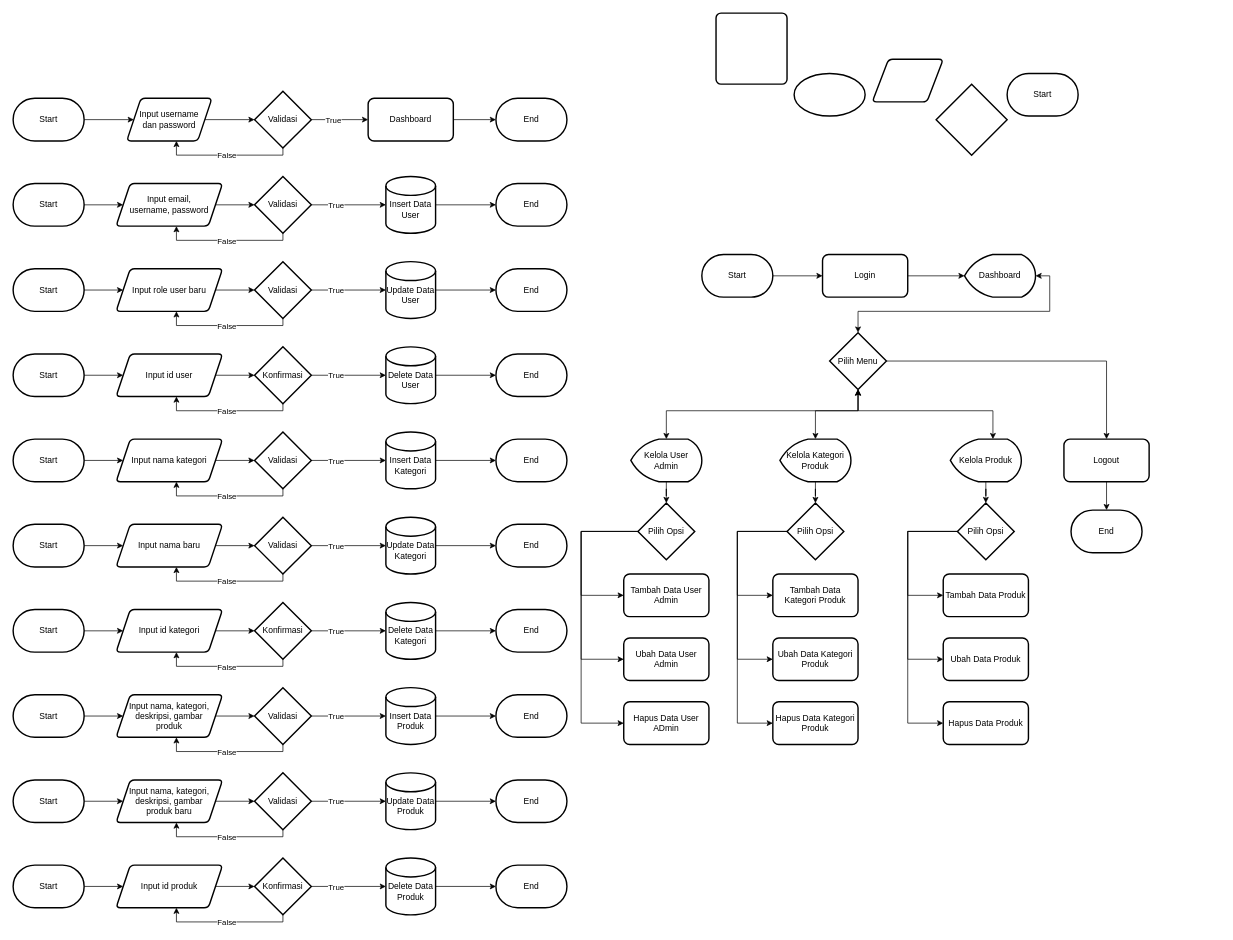
Before: Flowchart KP.drawio in brogangin/brogangin-resolusi, a draw.io diagram. Source tidied: cells renumbered, new cells numbered last; positions are measured from the earlier drawing's top-left corner, leaving out a move shared by most shapes. Both pictures are drawn from the tidied source at 71%, with x=0, y=0 at pixel (13, 13).
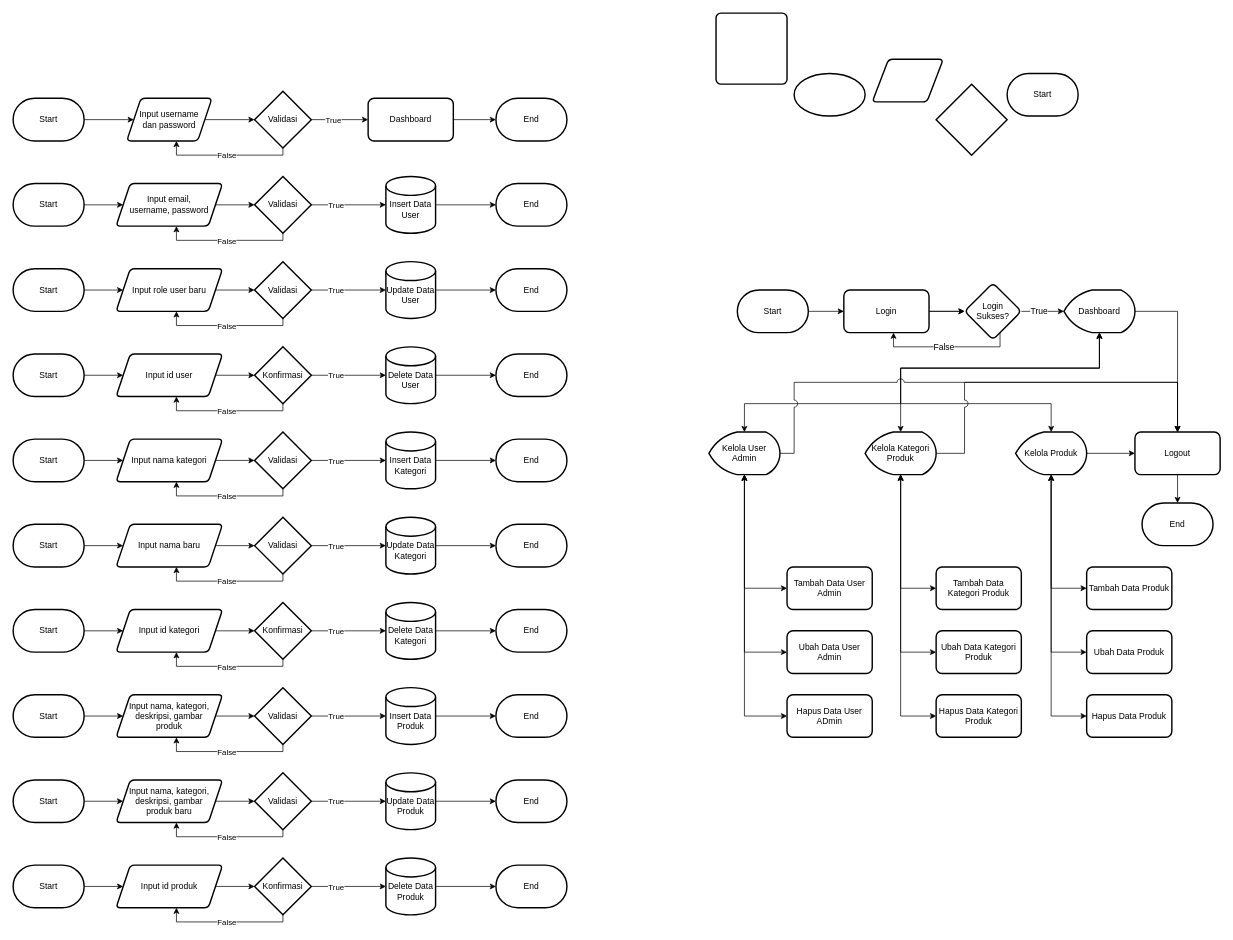
The same page after the edit.

Diff of the diagram source:
```diff
@@
-    <mxCell id="128" style="edgeStyle=orthogonalEdgeStyle;rounded=0;jettySize=auto;html=1;startArrow=classic;startFill=1;" parent="1" edge="1" source="135" target="134">
-      <mxGeometry relative="1" as="geometry">
-        <Array as="points">
-          <mxPoint x="1460" y="370" />
-          <mxPoint x="1460" y="420" />
-          <mxPoint x="1190" y="420" />
-        </Array>
-      </mxGeometry>
-    </mxCell>
     <mxCell id="129" value="Start" style="strokeWidth=2;html=1;shape=mxgraph.flowchart.terminator;whiteSpace=wrap;" parent="1" vertex="1">
-      <mxGeometry x="970" y="340" width="100" height="60" as="geometry" />
+      <mxGeometry x="1020" y="390" width="100" height="60" as="geometry" />
     </mxCell>
-    <mxCell id="130" style="edgeStyle=orthogonalEdgeStyle;rounded=0;jettySize=auto;html=1;startArrow=classic;startFill=1;" parent="1" edge="1" source="134" target="139">
+    <mxCell id="130" style="edgeStyle=orthogonalEdgeStyle;rounded=0;jettySize=auto;html=1;startArrow=classic;startFill=1;" parent="1" edge="1" source="135" target="139">
       <mxGeometry relative="1" as="geometry">
         <Array as="points">
-          <mxPoint x="1190" y="560" />
-          <mxPoint x="1130" y="560" />
+          <mxPoint x="1530" y="500" />
+          <mxPoint x="1250" y="500" />
         </Array>
       </mxGeometry>
     </mxCell>
-    <mxCell id="131" style="edgeStyle=orthogonalEdgeStyle;rounded=0;jettySize=auto;html=1;startArrow=classic;startFill=1;" parent="1" edge="1" source="134" target="137">
+    <mxCell id="131" style="edgeStyle=orthogonalEdgeStyle;rounded=0;jettySize=auto;html=1;startArrow=classic;startFill=1;" parent="1" edge="1" source="135" target="137">
       <mxGeometry relative="1" as="geometry">
         <Array as="points">
-          <mxPoint x="1190" y="560" />
-          <mxPoint x="920" y="560" />
+          <mxPoint x="1530" y="500" />
+          <mxPoint x="1250" y="500" />
+          <mxPoint x="1250" y="550" />
+          <mxPoint x="1030" y="550" />
         </Array>
       </mxGeometry>
     </mxCell>
-    <mxCell id="132" style="edgeStyle=orthogonalEdgeStyle;rounded=0;jettySize=auto;html=1;startArrow=classic;startFill=1;" parent="1" edge="1" source="134" target="141">
+    <mxCell id="132" style="edgeStyle=orthogonalEdgeStyle;rounded=0;jettySize=auto;html=1;startArrow=classic;startFill=1;" parent="1" edge="1" source="135" target="141">
       <mxGeometry relative="1" as="geometry">
         <Array as="points">
-          <mxPoint x="1190" y="560" />
-          <mxPoint x="1380" y="560" />
+          <mxPoint x="1530" y="500" />
+          <mxPoint x="1250" y="500" />
+          <mxPoint x="1250" y="550" />
+          <mxPoint x="1462" y="550" />
         </Array>
       </mxGeometry>
     </mxCell>
-    <mxCell id="133" style="edgeStyle=orthogonalEdgeStyle;rounded=0;jettySize=auto;html=1;" parent="1" edge="1" source="134" target="143">
-      <mxGeometry relative="1" as="geometry" />
+    <mxCell id="133" style="edgeStyle=orthogonalEdgeStyle;rounded=0;jettySize=auto;html=1;" parent="1" edge="1" source="135" target="143">
+      <mxGeometry relative="1" as="geometry">
+        <Array as="points">
+          <mxPoint x="1640" y="420" />
+        </Array>
+      </mxGeometry>
     </mxCell>
-    <mxCell id="134" value="Pilih Menu" style="rhombus;whiteSpace=wrap;html=1;strokeColor=default;strokeWidth=2;align=center;verticalAlign=middle;fontFamily=Helvetica;fontSize=12;fontColor=default;fillColor=default;" parent="1" vertex="1">
-      <mxGeometry x="1150" y="450" width="80" height="80" as="geometry" />
-    </mxCell>
     <mxCell id="135" value="Dashboard" style="strokeWidth=2;html=1;shape=mxgraph.flowchart.display;whiteSpace=wrap;" parent="1" vertex="1">
-      <mxGeometry x="1340" y="340" width="100" height="60" as="geometry" />
+      <mxGeometry x="1480" y="390" width="100" height="60" as="geometry" />
     </mxCell>
-    <mxCell id="136" style="edgeStyle=orthogonalEdgeStyle;rounded=0;jettySize=auto;html=1;" parent="1" edge="1" source="137" target="156">
-      <mxGeometry relative="1" as="geometry" />
-    </mxCell>
+    <mxCell id="168" style="edgeStyle=orthogonalEdgeStyle;rounded=0;jettySize=auto;html=1;jumpStyle=arc;startSize=6;jumpSize=10;" parent="1" edge="1" source="137" target="143">
+      <mxGeometry relative="1" as="geometry">
+        <Array as="points">
+          <mxPoint x="1100" y="620" />
+          <mxPoint x="1100" y="520" />
+          <mxPoint x="1640" y="520" />
+        </Array>
+      </mxGeometry>
+    </mxCell>
     <mxCell id="137" value="Kelola User Admin" style="strokeWidth=2;html=1;shape=mxgraph.flowchart.display;whiteSpace=wrap;" parent="1" vertex="1">
-      <mxGeometry x="870" y="600" width="100" height="60" as="geometry" />
+      <mxGeometry x="980" y="590" width="100" height="60" as="geometry" />
     </mxCell>
-    <mxCell id="138" style="edgeStyle=orthogonalEdgeStyle;rounded=0;jettySize=auto;html=1;" parent="1" edge="1" source="139" target="160">
-      <mxGeometry relative="1" as="geometry" />
-    </mxCell>
+    <mxCell id="169" style="edgeStyle=orthogonalEdgeStyle;rounded=0;jettySize=auto;html=1;jumpStyle=arc;jumpSize=10;" parent="1" edge="1" source="139" target="143">
+      <mxGeometry relative="1" as="geometry">
+        <Array as="points">
+          <mxPoint x="1340" y="620" />
+          <mxPoint x="1340" y="520" />
+          <mxPoint x="1640" y="520" />
+        </Array>
+      </mxGeometry>
+    </mxCell>
     <mxCell id="139" value="Kelola Kategori Produk" style="strokeWidth=2;html=1;shape=mxgraph.flowchart.display;whiteSpace=wrap;" parent="1" vertex="1">
-      <mxGeometry x="1080" y="600" width="100" height="60" as="geometry" />
+      <mxGeometry x="1200" y="590" width="100" height="60" as="geometry" />
     </mxCell>
-    <mxCell id="140" style="edgeStyle=orthogonalEdgeStyle;rounded=0;jettySize=auto;html=1;" parent="1" edge="1" source="141" target="164">
-      <mxGeometry relative="1" as="geometry" />
-    </mxCell>
+    <mxCell id="170" style="edgeStyle=orthogonalEdgeStyle;rounded=0;jettySize=auto;html=1;" parent="1" edge="1" source="141" target="143">
+      <mxGeometry relative="1" as="geometry" />
+    </mxCell>
     <mxCell id="141" value="Kelola Produk" style="strokeWidth=2;html=1;shape=mxgraph.flowchart.display;whiteSpace=wrap;" parent="1" vertex="1">
-      <mxGeometry x="1320" y="600" width="100" height="60" as="geometry" />
+      <mxGeometry x="1412" y="590" width="100" height="60" as="geometry" />
     </mxCell>
@@
     <mxCell id="143" value="Logout" style="whiteSpace=wrap;html=1;rounded=1;strokeColor=default;strokeWidth=2;align=center;verticalAlign=middle;arcSize=14;fontFamily=Helvetica;fontSize=12;fontColor=default;fillColor=default;" parent="1" vertex="1">
-      <mxGeometry x="1480" y="600" width="120" height="60" as="geometry" />
+      <mxGeometry x="1580" y="590" width="120" height="60" as="geometry" />
     </mxCell>
     <mxCell id="144" value="Tambah Data User Admin" style="whiteSpace=wrap;html=1;rounded=1;strokeColor=default;strokeWidth=2;align=center;verticalAlign=middle;arcSize=14;fontFamily=Helvetica;fontSize=12;fontColor=default;fillColor=default;" parent="1" vertex="1">
-      <mxGeometry x="860" y="790" width="120" height="60" as="geometry" />
+      <mxGeometry x="1090" y="780" width="120" height="60" as="geometry" />
     </mxCell>
     <mxCell id="145" value="Ubah Data User Admin" style="whiteSpace=wrap;html=1;rounded=1;strokeColor=default;strokeWidth=2;align=center;verticalAlign=middle;arcSize=14;fontFamily=Helvetica;fontSize=12;fontColor=default;fillColor=default;" parent="1" vertex="1">
-      <mxGeometry x="860" y="880" width="120" height="60" as="geometry" />
+      <mxGeometry x="1090" y="870" width="120" height="60" as="geometry" />
     </mxCell>
     <mxCell id="146" value="Hapus Data User ADmin" style="whiteSpace=wrap;html=1;rounded=1;strokeColor=default;strokeWidth=2;align=center;verticalAlign=middle;arcSize=14;fontFamily=Helvetica;fontSize=12;fontColor=default;fillColor=default;" parent="1" vertex="1">
-      <mxGeometry x="860" y="970" width="120" height="60" as="geometry" />
+      <mxGeometry x="1090" y="960" width="120" height="60" as="geometry" />
     </mxCell>
     <mxCell id="147" value="Tambah Data Kategori Produk" style="whiteSpace=wrap;html=1;rounded=1;strokeColor=default;strokeWidth=2;align=center;verticalAlign=middle;arcSize=14;fontFamily=Helvetica;fontSize=12;fontColor=default;fillColor=default;" parent="1" vertex="1">
-      <mxGeometry x="1070" y="790" width="120" height="60" as="geometry" />
+      <mxGeometry x="1300" y="780" width="120" height="60" as="geometry" />
     </mxCell>
     <mxCell id="148" value="Ubah Data Kategori Produk" style="whiteSpace=wrap;html=1;rounded=1;strokeColor=default;strokeWidth=2;align=center;verticalAlign=middle;arcSize=14;fontFamily=Helvetica;fontSize=12;fontColor=default;fillColor=default;" parent="1" vertex="1">
-      <mxGeometry x="1070" y="880" width="120" height="60" as="geometry" />
+      <mxGeometry x="1300" y="870" width="120" height="60" as="geometry" />
     </mxCell>
     <mxCell id="149" value="Hapus Data Kategori Produk" style="whiteSpace=wrap;html=1;rounded=1;strokeColor=default;strokeWidth=2;align=center;verticalAlign=middle;arcSize=14;fontFamily=Helvetica;fontSize=12;fontColor=default;fillColor=default;" parent="1" vertex="1">
-      <mxGeometry x="1070" y="970" width="120" height="60" as="geometry" />
+      <mxGeometry x="1300" y="960" width="120" height="60" as="geometry" />
     </mxCell>
     <mxCell id="150" value="Hapus Data Produk" style="whiteSpace=wrap;html=1;rounded=1;strokeColor=default;strokeWidth=2;align=center;verticalAlign=middle;arcSize=14;fontFamily=Helvetica;fontSize=12;fontColor=default;fillColor=default;" parent="1" vertex="1">
-      <mxGeometry x="1310" y="970" width="120" height="60" as="geometry" />
+      <mxGeometry x="1512" y="960" width="120" height="60" as="geometry" />
     </mxCell>
     <mxCell id="151" value="Ubah Data Produk" style="whiteSpace=wrap;html=1;rounded=1;strokeColor=default;strokeWidth=2;align=center;verticalAlign=middle;arcSize=14;fontFamily=Helvetica;fontSize=12;fontColor=default;fillColor=default;" parent="1" vertex="1">
-      <mxGeometry x="1310" y="880" width="120" height="60" as="geometry" />
+      <mxGeometry x="1512" y="870" width="120" height="60" as="geometry" />
     </mxCell>
     <mxCell id="152" value="Tambah Data Produk" style="whiteSpace=wrap;html=1;rounded=1;strokeColor=default;strokeWidth=2;align=center;verticalAlign=middle;arcSize=14;fontFamily=Helvetica;fontSize=12;fontColor=default;fillColor=default;" parent="1" vertex="1">
-      <mxGeometry x="1310" y="790" width="120" height="60" as="geometry" />
+      <mxGeometry x="1512" y="780" width="120" height="60" as="geometry" />
     </mxCell>
-    <mxCell id="153" style="edgeStyle=orthogonalEdgeStyle;rounded=0;jettySize=auto;html=1;" parent="1" edge="1" source="156" target="144">
+    <mxCell id="153" style="edgeStyle=orthogonalEdgeStyle;rounded=0;jettySize=auto;html=1;endArrow=classic;endFill=1;startArrow=classic;startFill=1;" parent="1" edge="1" source="137" target="144">
       <mxGeometry relative="1" as="geometry">
         <Array as="points">
-          <mxPoint x="800" y="730" />
-          <mxPoint x="800" y="820" />
+          <mxPoint x="1030" y="810" />
         </Array>
       </mxGeometry>
     </mxCell>
-    <mxCell id="154" style="edgeStyle=orthogonalEdgeStyle;rounded=0;jettySize=auto;html=1;" parent="1" edge="1" source="156" target="145">
+    <mxCell id="154" style="edgeStyle=orthogonalEdgeStyle;rounded=0;jettySize=auto;html=1;endArrow=classic;endFill=1;startArrow=classic;startFill=1;" parent="1" edge="1" source="137" target="145">
       <mxGeometry relative="1" as="geometry">
         <Array as="points">
-          <mxPoint x="800" y="730" />
-          <mxPoint x="800" y="910" />
+          <mxPoint x="1030" y="900" />
         </Array>
       </mxGeometry>
     </mxCell>
-    <mxCell id="155" style="edgeStyle=orthogonalEdgeStyle;rounded=0;jettySize=auto;html=1;" parent="1" edge="1" source="156" target="146">
+    <mxCell id="155" style="edgeStyle=orthogonalEdgeStyle;rounded=0;jettySize=auto;html=1;endArrow=classic;endFill=1;startArrow=classic;startFill=1;" parent="1" edge="1" source="137" target="146">
       <mxGeometry relative="1" as="geometry">
         <Array as="points">
-          <mxPoint x="800" y="730" />
-          <mxPoint x="800" y="1000" />
+          <mxPoint x="1030" y="990" />
         </Array>
       </mxGeometry>
     </mxCell>
-    <mxCell id="156" value="Pilih Opsi" style="rhombus;whiteSpace=wrap;html=1;strokeColor=default;strokeWidth=2;align=center;verticalAlign=middle;fontFamily=Helvetica;fontSize=12;fontColor=default;fillColor=default;" parent="1" vertex="1">
-      <mxGeometry x="880" y="690" width="80" height="80" as="geometry" />
-    </mxCell>
-    <mxCell id="157" style="edgeStyle=orthogonalEdgeStyle;rounded=0;jettySize=auto;html=1;" parent="1" edge="1" source="160" target="147">
+    <mxCell id="157" style="edgeStyle=orthogonalEdgeStyle;rounded=0;jettySize=auto;html=1;startArrow=classic;startFill=1;" parent="1" edge="1" source="139" target="147">
       <mxGeometry relative="1" as="geometry">
         <Array as="points">
-          <mxPoint x="1020" y="730" />
-          <mxPoint x="1020" y="820" />
+          <mxPoint x="1250" y="810" />
         </Array>
       </mxGeometry>
     </mxCell>
-    <mxCell id="158" style="edgeStyle=orthogonalEdgeStyle;rounded=0;jettySize=auto;html=1;" parent="1" edge="1" source="160" target="148">
+    <mxCell id="158" style="edgeStyle=orthogonalEdgeStyle;rounded=0;jettySize=auto;html=1;startArrow=classic;startFill=1;" parent="1" edge="1" source="139" target="148">
       <mxGeometry relative="1" as="geometry">
         <Array as="points">
-          <mxPoint x="1020" y="730" />
-          <mxPoint x="1020" y="910" />
+          <mxPoint x="1250" y="900" />
         </Array>
       </mxGeometry>
     </mxCell>
-    <mxCell id="159" style="edgeStyle=orthogonalEdgeStyle;rounded=0;jettySize=auto;html=1;" parent="1" edge="1" source="160" target="149">
+    <mxCell id="159" style="edgeStyle=orthogonalEdgeStyle;rounded=0;jettySize=auto;html=1;startArrow=classic;startFill=1;" parent="1" edge="1" source="139" target="149">
       <mxGeometry relative="1" as="geometry">
         <Array as="points">
-          <mxPoint x="1020" y="730" />
-          <mxPoint x="1020" y="1000" />
+          <mxPoint x="1250" y="990" />
         </Array>
       </mxGeometry>
     </mxCell>
-    <mxCell id="160" value="Pilih Opsi" style="rhombus;whiteSpace=wrap;html=1;strokeColor=default;strokeWidth=2;align=center;verticalAlign=middle;fontFamily=Helvetica;fontSize=12;fontColor=default;fillColor=default;" parent="1" vertex="1">
-      <mxGeometry x="1090" y="690" width="80" height="80" as="geometry" />
-    </mxCell>
-    <mxCell id="161" style="edgeStyle=orthogonalEdgeStyle;rounded=0;jettySize=auto;html=1;" parent="1" edge="1" source="164" target="152">
+    <mxCell id="161" style="edgeStyle=orthogonalEdgeStyle;rounded=0;jettySize=auto;html=1;startArrow=classic;startFill=1;" parent="1" edge="1" source="141" target="152">
       <mxGeometry relative="1" as="geometry">
         <Array as="points">
-          <mxPoint x="1260" y="730" />
-          <mxPoint x="1260" y="820" />
+          <mxPoint x="1462" y="810" />
         </Array>
       </mxGeometry>
     </mxCell>
-    <mxCell id="162" style="edgeStyle=orthogonalEdgeStyle;rounded=0;jettySize=auto;html=1;" parent="1" edge="1" source="164" target="151">
+    <mxCell id="162" style="edgeStyle=orthogonalEdgeStyle;rounded=0;jettySize=auto;html=1;startArrow=classic;startFill=1;" parent="1" edge="1" source="141" target="151">
       <mxGeometry relative="1" as="geometry">
         <Array as="points">
-          <mxPoint x="1260" y="730" />
-          <mxPoint x="1260" y="910" />
+          <mxPoint x="1462" y="900" />
         </Array>
       </mxGeometry>
     </mxCell>
-    <mxCell id="163" style="edgeStyle=orthogonalEdgeStyle;rounded=0;jettySize=auto;html=1;" parent="1" edge="1" source="164" target="150">
+    <mxCell id="163" style="edgeStyle=orthogonalEdgeStyle;rounded=0;jettySize=auto;html=1;startArrow=classic;startFill=1;" parent="1" edge="1" source="141" target="150">
       <mxGeometry relative="1" as="geometry">
         <Array as="points">
-          <mxPoint x="1260" y="730" />
-          <mxPoint x="1260" y="1000" />
+          <mxPoint x="1462" y="990" />
         </Array>
       </mxGeometry>
     </mxCell>
-    <mxCell id="164" value="Pilih Opsi" style="rhombus;whiteSpace=wrap;html=1;strokeColor=default;strokeWidth=2;align=center;verticalAlign=middle;fontFamily=Helvetica;fontSize=12;fontColor=default;fillColor=default;" parent="1" vertex="1">
-      <mxGeometry x="1330" y="690" width="80" height="80" as="geometry" />
-    </mxCell>
     <mxCell id="165" value="End" style="strokeWidth=2;html=1;shape=mxgraph.flowchart.terminator;whiteSpace=wrap;" parent="1" vertex="1">
-      <mxGeometry x="1490" y="700" width="100" height="60" as="geometry" />
+      <mxGeometry x="1590" y="690" width="100" height="60" as="geometry" />
     </mxCell>
-    <mxCell id="166" style="edgeStyle=orthogonalEdgeStyle;rounded=0;jettySize=auto;html=1;" parent="1" edge="1" source="167" target="135">
+    <mxCell id="166" style="edgeStyle=orthogonalEdgeStyle;rounded=0;jettySize=auto;html=1;" parent="1" edge="1" source="177" target="135">
       <mxGeometry relative="1" as="geometry" />
     </mxCell>
+    <mxCell id="171" value="&lt;font style=&quot;font-size: 12px;&quot;&gt;True&lt;/font&gt;" style="edgeLabel;html=1;align=center;verticalAlign=middle;" parent="166" vertex="1">
+      <mxGeometry x="-0.23" y="1" relative="1" as="geometry">
+        <mxPoint x="1" as="offset" />
+      </mxGeometry>
+    </mxCell>
+    <mxCell id="172" style="edgeStyle=orthogonalEdgeStyle;rounded=0;jettySize=auto;html=1;" parent="1" edge="1" source="167" target="177">
+      <mxGeometry relative="1" as="geometry" />
+    </mxCell>
     <mxCell id="167" value="Login" style="whiteSpace=wrap;html=1;rounded=1;strokeColor=default;strokeWidth=2;align=center;verticalAlign=middle;arcSize=14;fontFamily=Helvetica;fontSize=12;fontColor=default;fillColor=default;" parent="1" vertex="1">
-      <mxGeometry x="1140" y="340" width="120" height="60" as="geometry" />
+      <mxGeometry x="1170" y="390" width="120" height="60" as="geometry" />
     </mxCell>
+    <mxCell id="173" style="edgeStyle=orthogonalEdgeStyle;rounded=0;orthogonalLoop=1;jettySize=auto;html=1;exitX=0.5;exitY=1;exitDx=0;exitDy=0;" parent="1" edge="1" source="143" target="143">
+      <mxGeometry relative="1" as="geometry" />
+    </mxCell>
+    <mxCell id="174" style="edgeStyle=orthogonalEdgeStyle;rounded=0;jettySize=auto;html=1;" parent="1" edge="1" source="167" target="177">
+      <mxGeometry relative="1" as="geometry" />
+    </mxCell>
+    <mxCell id="175" style="edgeStyle=orthogonalEdgeStyle;rounded=0;jettySize=auto;html=1;" parent="1" edge="1" source="177" target="167">
+      <mxGeometry relative="1" as="geometry">
+        <Array as="points">
+          <mxPoint x="1390" y="470" />
+          <mxPoint x="1240" y="470" />
+        </Array>
+      </mxGeometry>
+    </mxCell>
+    <mxCell id="176" value="&lt;font style=&quot;font-size: 12px;&quot;&gt;False&lt;/font&gt;" style="edgeLabel;html=1;align=center;verticalAlign=middle;" parent="175" vertex="1">
+      <mxGeometry x="-0.13" y="4" relative="1" as="geometry">
+        <mxPoint x="-17" y="-4" as="offset" />
+      </mxGeometry>
+    </mxCell>
+    <mxCell id="177" value="Login&lt;div&gt;Sukses?&lt;/div&gt;" style="rhombus;whiteSpace=wrap;html=1;rounded=1;strokeWidth=2;arcSize=14;" parent="1" vertex="1">
+      <mxGeometry x="1340" y="380" width="80" height="80" as="geometry" />
+    </mxCell>
```
